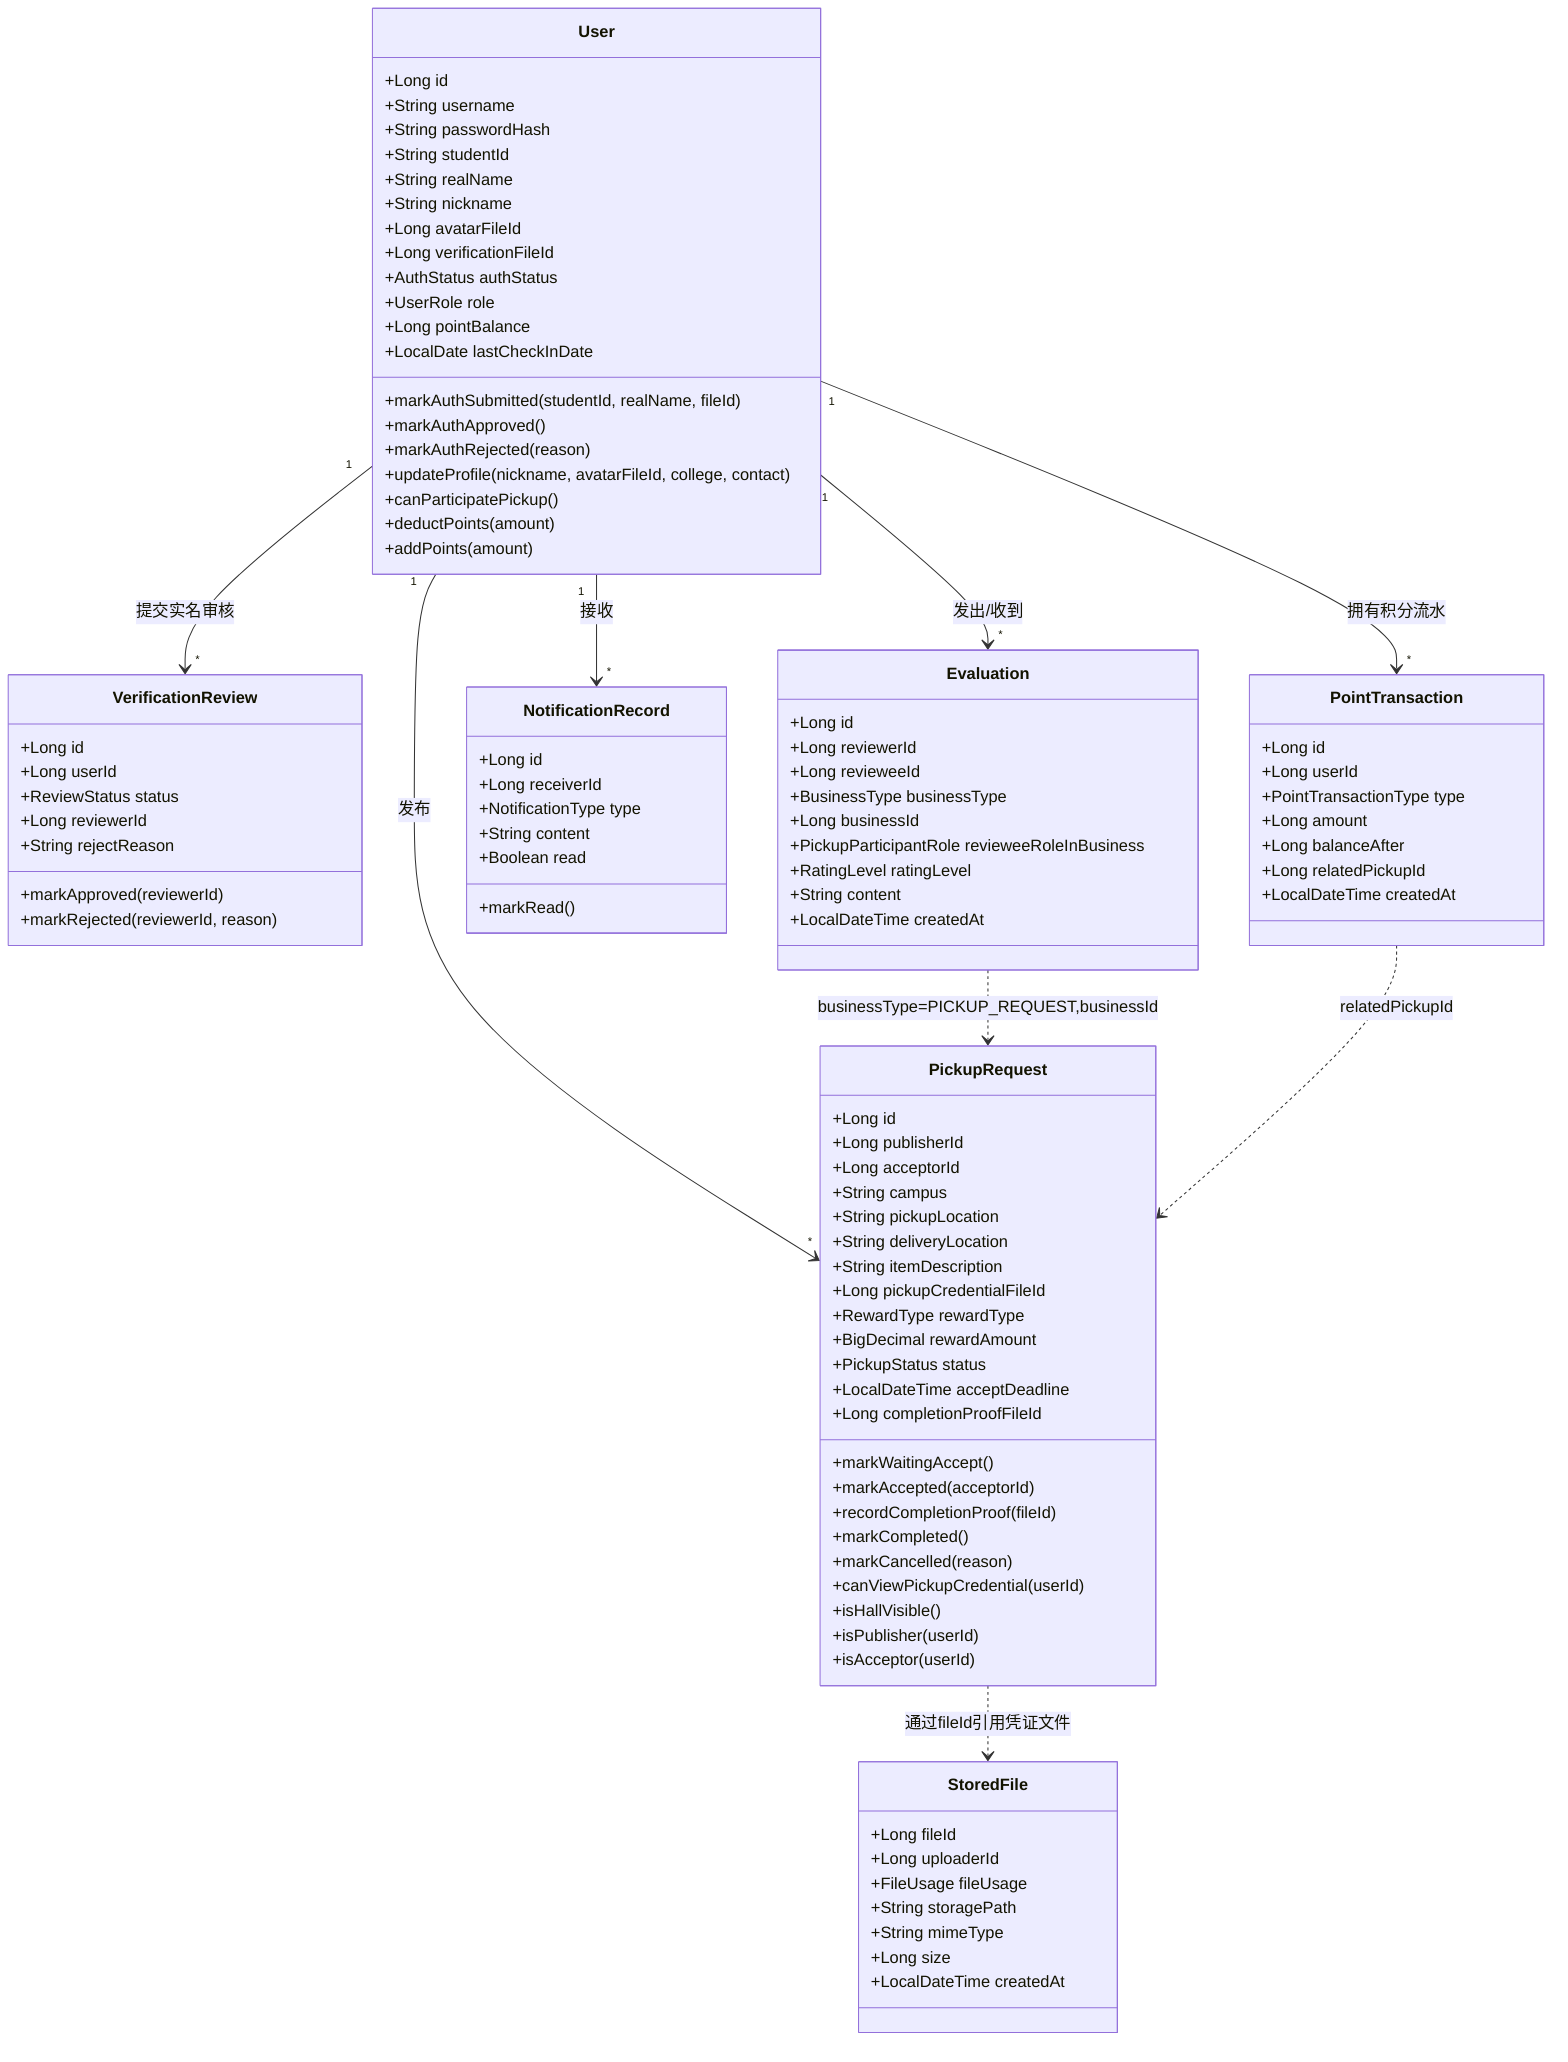
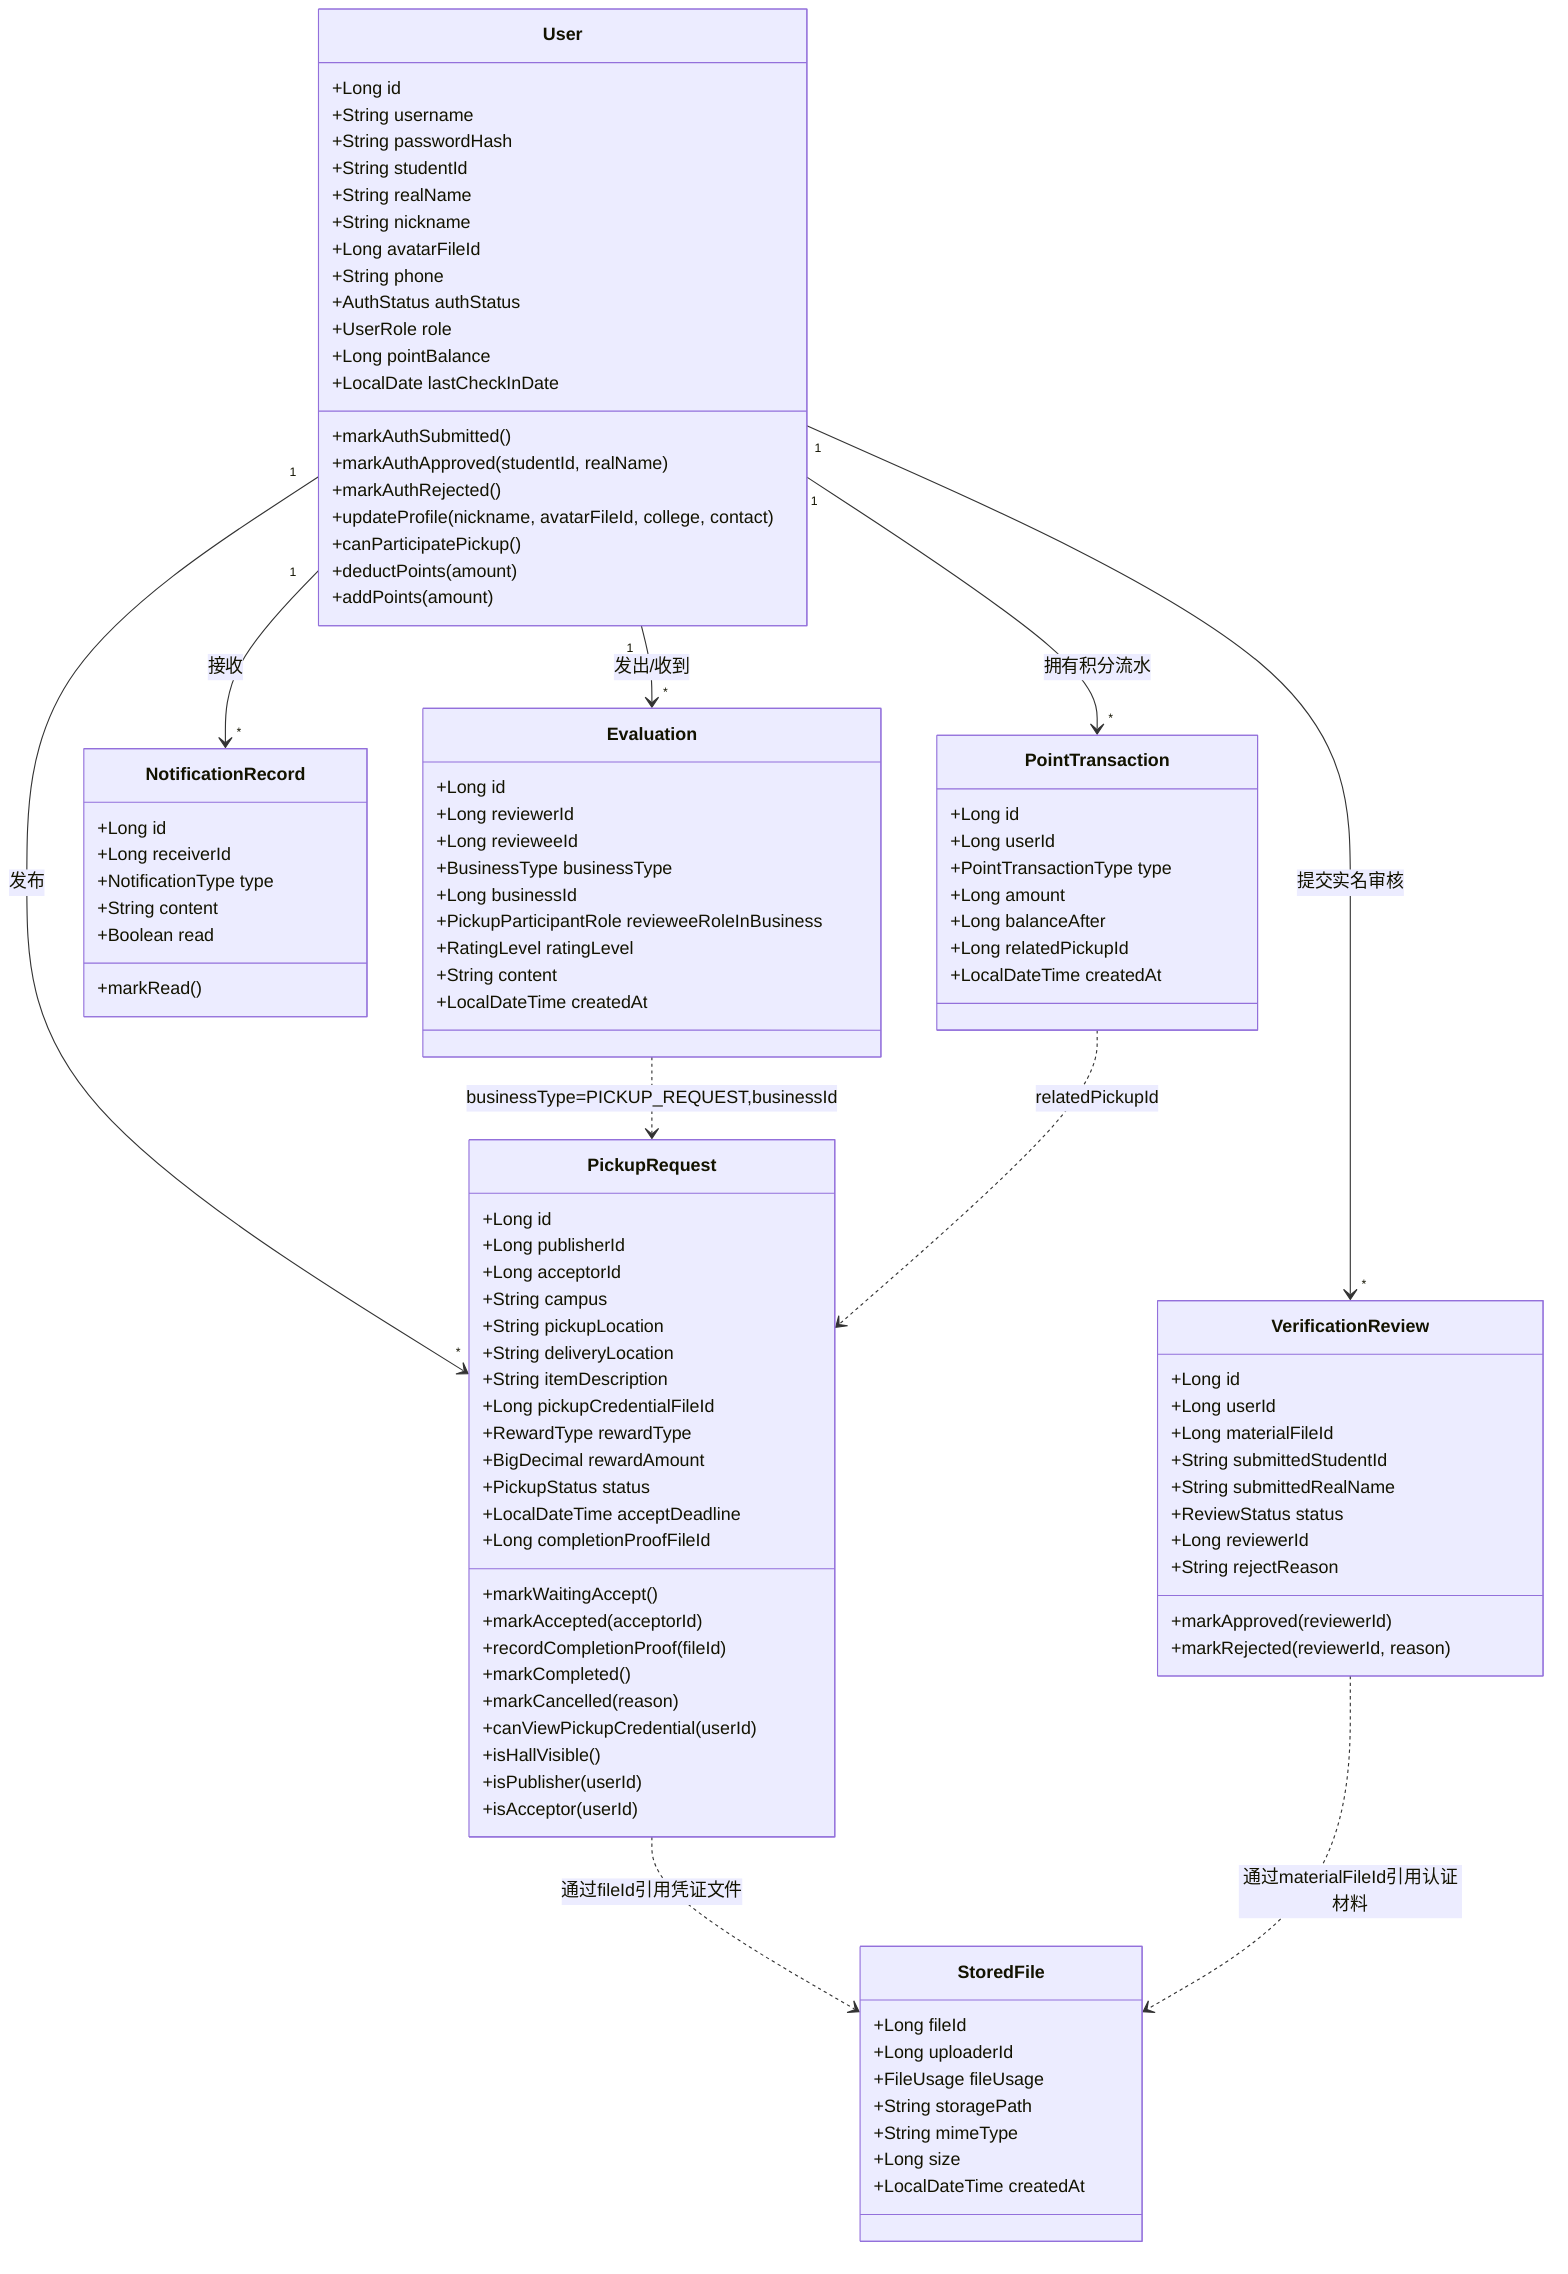
classDiagram
    User "1" --> "*" PickupRequest : 发布
    User "1" --> "*" VerificationReview : 提交实名审核

    PickupRequest ..> StoredFile : 通过fileId引用凭证文件
+     VerificationReview ..> StoredFile : 通过materialFileId引用认证材料
    Evaluation ..> PickupRequest : businessType=PICKUP_REQUEST,businessId
    User "1" --> "*" Evaluation : 发出/收到
    User "1" --> "*" NotificationRecord : 接收
    User "1" --> "*" PointTransaction : 拥有积分流水
    PointTransaction ..> PickupRequest : relatedPickupId

    class User {
        +Long id
        +String username
        +String passwordHash
        +String studentId
        +String realName
        +String nickname
        +Long avatarFileId
-         +Long verificationFileId
+         +String phone
        +AuthStatus authStatus
        +UserRole role
        +Long pointBalance
        +LocalDate lastCheckInDate
-         +markAuthSubmitted(studentId, realName, fileId)
-         +markAuthApproved()
-         +markAuthRejected(reason)
+         +markAuthSubmitted()
+         +markAuthApproved(studentId, realName)
+         +markAuthRejected()
        +updateProfile(nickname, avatarFileId, college, contact)
        +canParticipatePickup()
        +deductPoints(amount)
        +addPoints(amount)
    }

    class VerificationReview {
        +Long id
        +Long userId
+         +Long materialFileId
+         +String submittedStudentId
+         +String submittedRealName
        +ReviewStatus status
        +Long reviewerId
        +String rejectReason
        +markApproved(reviewerId)
        +markRejected(reviewerId, reason)
    }

    class PickupRequest {
        +Long id
        +Long publisherId
        +Long acceptorId
        +String campus
        +String pickupLocation
        +String deliveryLocation
        +String itemDescription
        +Long pickupCredentialFileId
        +RewardType rewardType
        +BigDecimal rewardAmount
        +PickupStatus status
        +LocalDateTime acceptDeadline
        +Long completionProofFileId
        +markWaitingAccept()
        +markAccepted(acceptorId)
        +recordCompletionProof(fileId)
        +markCompleted()
        +markCancelled(reason)
        +canViewPickupCredential(userId)
        +isHallVisible()
        +isPublisher(userId)
        +isAcceptor(userId)
    }

    class PointTransaction {
        +Long id
        +Long userId
        +PointTransactionType type
        +Long amount
        +Long balanceAfter
        +Long relatedPickupId
        +LocalDateTime createdAt
    }

    class StoredFile {
        +Long fileId
        +Long uploaderId
        +FileUsage fileUsage
        +String storagePath
        +String mimeType
        +Long size
        +LocalDateTime createdAt
    }

    class Evaluation {
        +Long id
        +Long reviewerId
        +Long revieweeId
        +BusinessType businessType
        +Long businessId
        +PickupParticipantRole revieweeRoleInBusiness
        +RatingLevel ratingLevel
        +String content
        +LocalDateTime createdAt
    }

    class NotificationRecord {
        +Long id
        +Long receiverId
        +NotificationType type
        +String content
        +Boolean read
        +markRead()
    }
